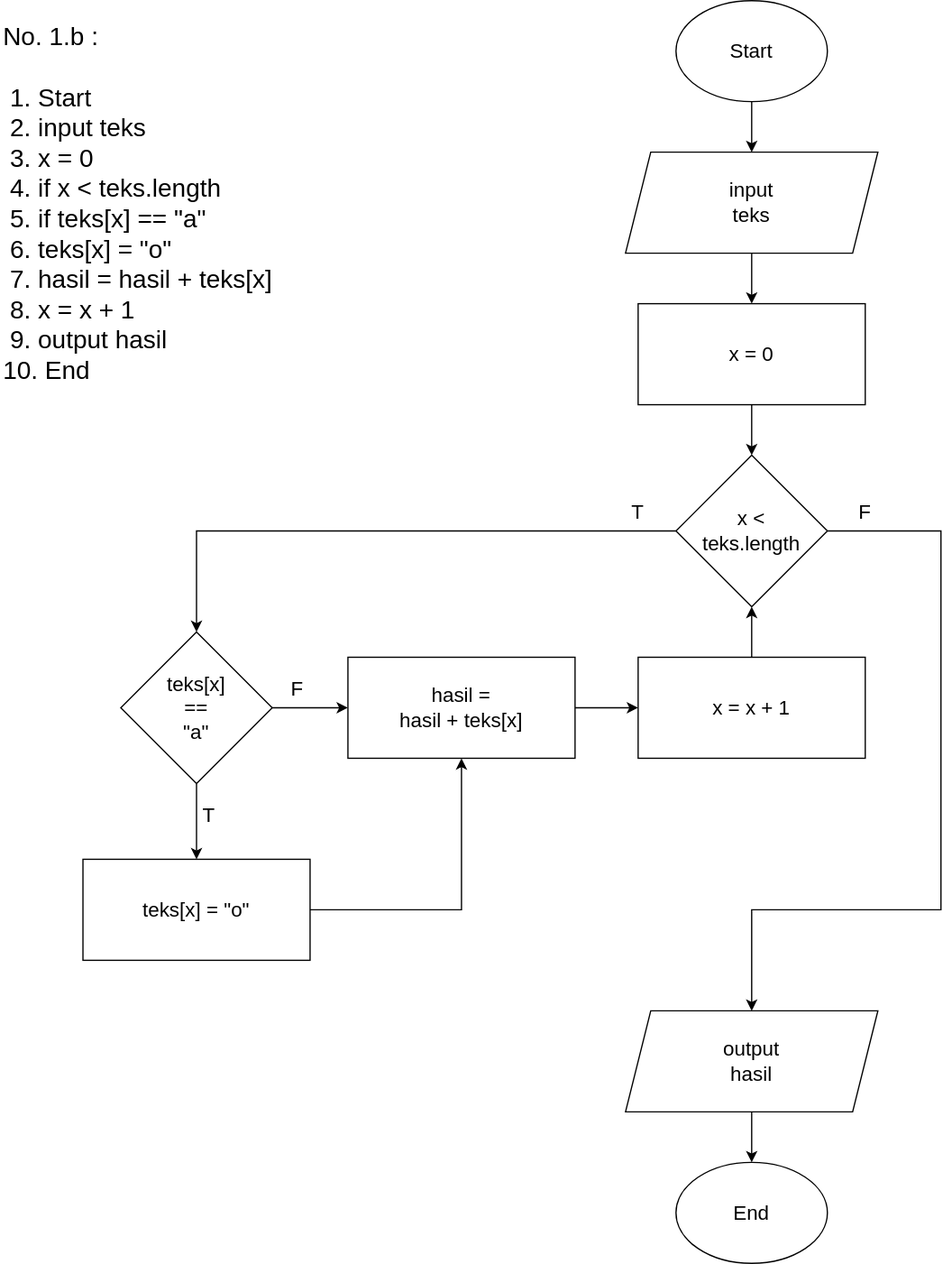
Before: WEEK-2/flowchart1b.drawio.svg, a diagram exported from draw.io (afif-buchori/fw14-afif-buchori). Source tidied: cells renumbered, new cells last; positions are measured from the earlier drawing's top-left corner, leaving out a move shared by most shapes.
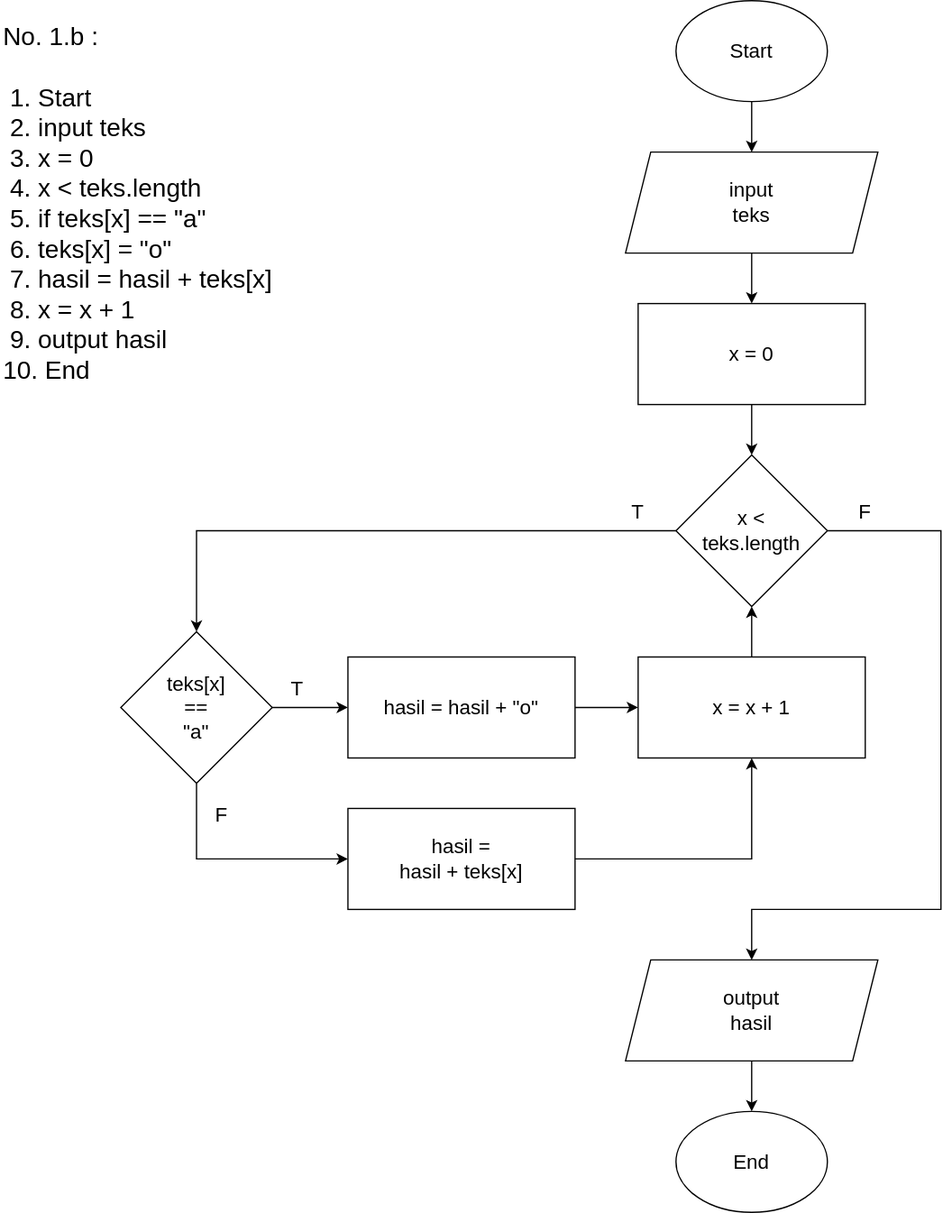
After the commit.

Diff of the diagram source:
```diff
@@ -2,7 +2,7 @@
   <root>
     <mxCell id="0" />
     <mxCell id="1" parent="0" />
-    <mxCell id="2" value="No. 1.b :&lt;br&gt;&lt;br style=&quot;border-color: var(--border-color); font-size: 20px;&quot;&gt;&lt;span style=&quot;font-size: 20px;&quot;&gt;&amp;nbsp;1. Start&lt;/span&gt;&lt;br style=&quot;border-color: var(--border-color); font-size: 20px;&quot;&gt;&lt;span style=&quot;font-size: 20px;&quot;&gt;&amp;nbsp;2. input teks&lt;/span&gt;&lt;br style=&quot;border-color: var(--border-color); font-size: 20px;&quot;&gt;&lt;span style=&quot;font-size: 20px;&quot;&gt;&amp;nbsp;3. x = 0&lt;/span&gt;&lt;br style=&quot;border-color: var(--border-color); font-size: 20px;&quot;&gt;&lt;span style=&quot;font-size: 20px;&quot;&gt;&amp;nbsp;4. if x &amp;lt; teks.length&lt;/span&gt;&lt;br style=&quot;border-color: var(--border-color); font-size: 20px;&quot;&gt;&lt;span style=&quot;font-size: 20px;&quot;&gt;&amp;nbsp;5. if teks[x] == &quot;a&quot;&lt;/span&gt;&lt;br style=&quot;border-color: var(--border-color); font-size: 20px;&quot;&gt;&lt;span style=&quot;font-size: 20px;&quot;&gt;&amp;nbsp;6. teks[x] = &quot;o&quot;&lt;/span&gt;&lt;br style=&quot;border-color: var(--border-color); font-size: 20px;&quot;&gt;&lt;span style=&quot;font-size: 20px;&quot;&gt;&amp;nbsp;7. hasil = hasil + teks[x]&lt;br&gt;&amp;nbsp;8. x = x + 1&lt;/span&gt;&lt;br style=&quot;border-color: var(--border-color); font-size: 20px;&quot;&gt;&lt;span style=&quot;font-size: 20px;&quot;&gt;&amp;nbsp;9. output hasil&lt;/span&gt;&lt;br style=&quot;border-color: var(--border-color); font-size: 20px;&quot;&gt;&lt;span style=&quot;font-size: 20px;&quot;&gt;10. End&lt;/span&gt;" style="text;html=1;strokeColor=none;fillColor=none;align=left;verticalAlign=middle;whiteSpace=wrap;rounded=0;fontSize=20;" parent="1" vertex="1">
+    <mxCell id="2" value="No. 1.b :&lt;br&gt;&lt;br style=&quot;border-color: var(--border-color); font-size: 20px;&quot;&gt;&lt;span style=&quot;font-size: 20px;&quot;&gt;&amp;nbsp;1. Start&lt;/span&gt;&lt;br style=&quot;border-color: var(--border-color); font-size: 20px;&quot;&gt;&lt;span style=&quot;font-size: 20px;&quot;&gt;&amp;nbsp;2. input teks&lt;/span&gt;&lt;br style=&quot;border-color: var(--border-color); font-size: 20px;&quot;&gt;&lt;span style=&quot;font-size: 20px;&quot;&gt;&amp;nbsp;3. x = 0&lt;/span&gt;&lt;br style=&quot;border-color: var(--border-color); font-size: 20px;&quot;&gt;&lt;span style=&quot;font-size: 20px;&quot;&gt;&amp;nbsp;4. x &amp;lt; teks.length&lt;/span&gt;&lt;br style=&quot;border-color: var(--border-color); font-size: 20px;&quot;&gt;&lt;span style=&quot;font-size: 20px;&quot;&gt;&amp;nbsp;5. if teks[x] == &quot;a&quot;&lt;/span&gt;&lt;br style=&quot;border-color: var(--border-color); font-size: 20px;&quot;&gt;&lt;span style=&quot;font-size: 20px;&quot;&gt;&amp;nbsp;6. teks[x] = &quot;o&quot;&lt;/span&gt;&lt;br style=&quot;border-color: var(--border-color); font-size: 20px;&quot;&gt;&lt;span style=&quot;font-size: 20px;&quot;&gt;&amp;nbsp;7. hasil = hasil + teks[x]&lt;br&gt;&amp;nbsp;8. x = x + 1&lt;/span&gt;&lt;br style=&quot;border-color: var(--border-color); font-size: 20px;&quot;&gt;&lt;span style=&quot;font-size: 20px;&quot;&gt;&amp;nbsp;9. output hasil&lt;/span&gt;&lt;br style=&quot;border-color: var(--border-color); font-size: 20px;&quot;&gt;&lt;span style=&quot;font-size: 20px;&quot;&gt;10. End&lt;/span&gt;" style="text;html=1;strokeColor=none;fillColor=none;align=left;verticalAlign=middle;whiteSpace=wrap;rounded=0;fontSize=20;" parent="1" vertex="1">
       <mxGeometry width="410" height="320" as="geometry" />
     </mxCell>
     <mxCell id="3" style="edgeStyle=orthogonalEdgeStyle;rounded=0;jettySize=auto;html=1;fontSize=16;" parent="1" edge="1" source="4" target="6">
@@ -23,35 +23,32 @@
     <mxCell id="8" value="x = 0" style="rounded=0;whiteSpace=wrap;html=1;fontSize=16;" parent="1" vertex="1">
       <mxGeometry x="505" y="240" width="180" height="80" as="geometry" />
     </mxCell>
-    <mxCell id="9" value="x &amp;lt;&lt;br&gt;teks.length" style="rhombus;whiteSpace=wrap;html=1;fontSize=16;" parent="1" vertex="1">
+    <mxCell id="9" value="x &amp;lt; &lt;br&gt;teks.length" style="rhombus;whiteSpace=wrap;html=1;fontSize=16;" parent="1" vertex="1">
       <mxGeometry x="535" y="360" width="120" height="120" as="geometry" />
     </mxCell>
-    <mxCell id="10" style="edgeStyle=orthogonalEdgeStyle;rounded=0;jettySize=auto;html=1;fontSize=16;" parent="1" edge="1" source="12" target="13">
-      <mxGeometry relative="1" as="geometry" />
-    </mxCell>
     <mxCell id="11" style="edgeStyle=orthogonalEdgeStyle;rounded=0;jettySize=auto;html=1;fontSize=16;" parent="1" edge="1" source="12" target="15">
       <mxGeometry relative="1" as="geometry" />
     </mxCell>
     <mxCell id="12" value="teks[x]&lt;br style=&quot;font-size: 16px;&quot;&gt;==&lt;br style=&quot;font-size: 16px;&quot;&gt;&quot;a&quot;" style="rhombus;whiteSpace=wrap;html=1;fontSize=16;" parent="1" vertex="1">
       <mxGeometry x="95" y="500" width="120" height="120" as="geometry" />
     </mxCell>
-    <mxCell id="13" value="teks[x] = &quot;o&quot;" style="rounded=0;whiteSpace=wrap;html=1;fontSize=16;" parent="1" vertex="1">
-      <mxGeometry x="65" y="680" width="180" height="80" as="geometry" />
+    <mxCell id="13" value="hasil =&lt;br style=&quot;border-color: var(--border-color);&quot;&gt;hasil + teks[x]" style="rounded=0;whiteSpace=wrap;html=1;fontSize=16;" parent="1" vertex="1">
+      <mxGeometry x="275" y="640" width="180" height="80" as="geometry" />
     </mxCell>
     <mxCell id="14" style="edgeStyle=orthogonalEdgeStyle;rounded=0;jettySize=auto;html=1;entryX=0;entryY=0.5;entryDx=0;entryDy=0;" parent="1" edge="1" source="15" target="27">
       <mxGeometry relative="1" as="geometry" />
     </mxCell>
-    <mxCell id="15" value="hasil =&lt;br style=&quot;font-size: 16px;&quot;&gt;hasil + teks[x]" style="rounded=0;whiteSpace=wrap;html=1;fontSize=16;" parent="1" vertex="1">
+    <mxCell id="15" value="hasil = hasil + &quot;o&quot;" style="rounded=0;whiteSpace=wrap;html=1;fontSize=16;" parent="1" vertex="1">
       <mxGeometry x="275" y="520" width="180" height="80" as="geometry" />
     </mxCell>
     <mxCell id="16" style="edgeStyle=orthogonalEdgeStyle;rounded=0;jettySize=auto;html=1;fontSize=16;" parent="1" edge="1" source="17" target="18">
       <mxGeometry relative="1" as="geometry" />
     </mxCell>
     <mxCell id="17" value="output&lt;br&gt;hasil" style="shape=parallelogram;perimeter=parallelogramPerimeter;whiteSpace=wrap;html=1;fixedSize=1;fontSize=16;" parent="1" vertex="1">
-      <mxGeometry x="495" y="800" width="200" height="80" as="geometry" />
+      <mxGeometry x="495" y="760" width="200" height="80" as="geometry" />
     </mxCell>
     <mxCell id="18" value="End" style="ellipse;whiteSpace=wrap;html=1;fontSize=16;" parent="1" vertex="1">
-      <mxGeometry x="535" y="920" width="120" height="80" as="geometry" />
+      <mxGeometry x="535" y="880" width="120" height="80" as="geometry" />
     </mxCell>
     <mxCell id="19" style="endArrow=classic;html=1;rounded=0;fontSize=16;exitX=0;exitY=0.5;exitDx=0;exitDy=0;entryX=0.5;entryY=0;entryDx=0;entryDy=0;" parent="1" edge="1" source="9" target="12">
       <mxGeometry relative="1" as="geometry">
@@ -60,10 +57,10 @@
         </Array>
       </mxGeometry>
     </mxCell>
-    <mxCell id="20" style="endArrow=classic;html=1;rounded=0;fontSize=16;exitX=1;exitY=0.5;exitDx=0;exitDy=0;entryX=0.5;entryY=1;entryDx=0;entryDy=0;" parent="1" edge="1" source="13" target="15">
+    <mxCell id="20" style="endArrow=classic;html=1;rounded=0;fontSize=16;exitX=1;exitY=0.5;exitDx=0;exitDy=0;entryX=0.5;entryY=1;entryDx=0;entryDy=0;" parent="1" edge="1" source="13" target="27">
       <mxGeometry relative="1" as="geometry">
         <Array as="points">
-          <mxPoint x="365" y="720" />
+          <mxPoint x="595" y="680" />
         </Array>
       </mxGeometry>
     </mxCell>
@@ -80,10 +77,10 @@
       <mxGeometry x="475" y="390" width="60" height="30" as="geometry" />
     </mxCell>
     <mxCell id="23" value="T" style="text;html=1;strokeColor=none;fillColor=none;align=center;verticalAlign=middle;whiteSpace=wrap;rounded=0;fontSize=16;" parent="1" vertex="1">
-      <mxGeometry x="135" y="630" width="60" height="30" as="geometry" />
+      <mxGeometry x="205" y="530" width="60" height="30" as="geometry" />
     </mxCell>
     <mxCell id="24" value="F" style="text;html=1;strokeColor=none;fillColor=none;align=center;verticalAlign=middle;whiteSpace=wrap;rounded=0;fontSize=16;" parent="1" vertex="1">
-      <mxGeometry x="205" y="530" width="60" height="30" as="geometry" />
+      <mxGeometry x="145" y="630" width="60" height="30" as="geometry" />
     </mxCell>
     <mxCell id="25" value="F" style="text;html=1;strokeColor=none;fillColor=none;align=center;verticalAlign=middle;whiteSpace=wrap;rounded=0;fontSize=16;" parent="1" vertex="1">
       <mxGeometry x="655" y="390" width="60" height="30" as="geometry" />
@@ -94,5 +91,12 @@
     <mxCell id="27" value="x = x + 1" style="rounded=0;whiteSpace=wrap;html=1;fontSize=16;" parent="1" vertex="1">
       <mxGeometry x="505" y="520" width="180" height="80" as="geometry" />
     </mxCell>
+    <mxCell id="10" style="endArrow=classic;html=1;rounded=0;exitX=0.5;exitY=1;exitDx=0;exitDy=0;entryX=0;entryY=0.5;entryDx=0;entryDy=0;" parent="1" edge="1" source="12" target="13">
+      <mxGeometry relative="1" as="geometry">
+        <Array as="points">
+          <mxPoint x="155" y="680" />
+        </Array>
+      </mxGeometry>
+    </mxCell>
   </root>
 </mxGraphModel>
```
